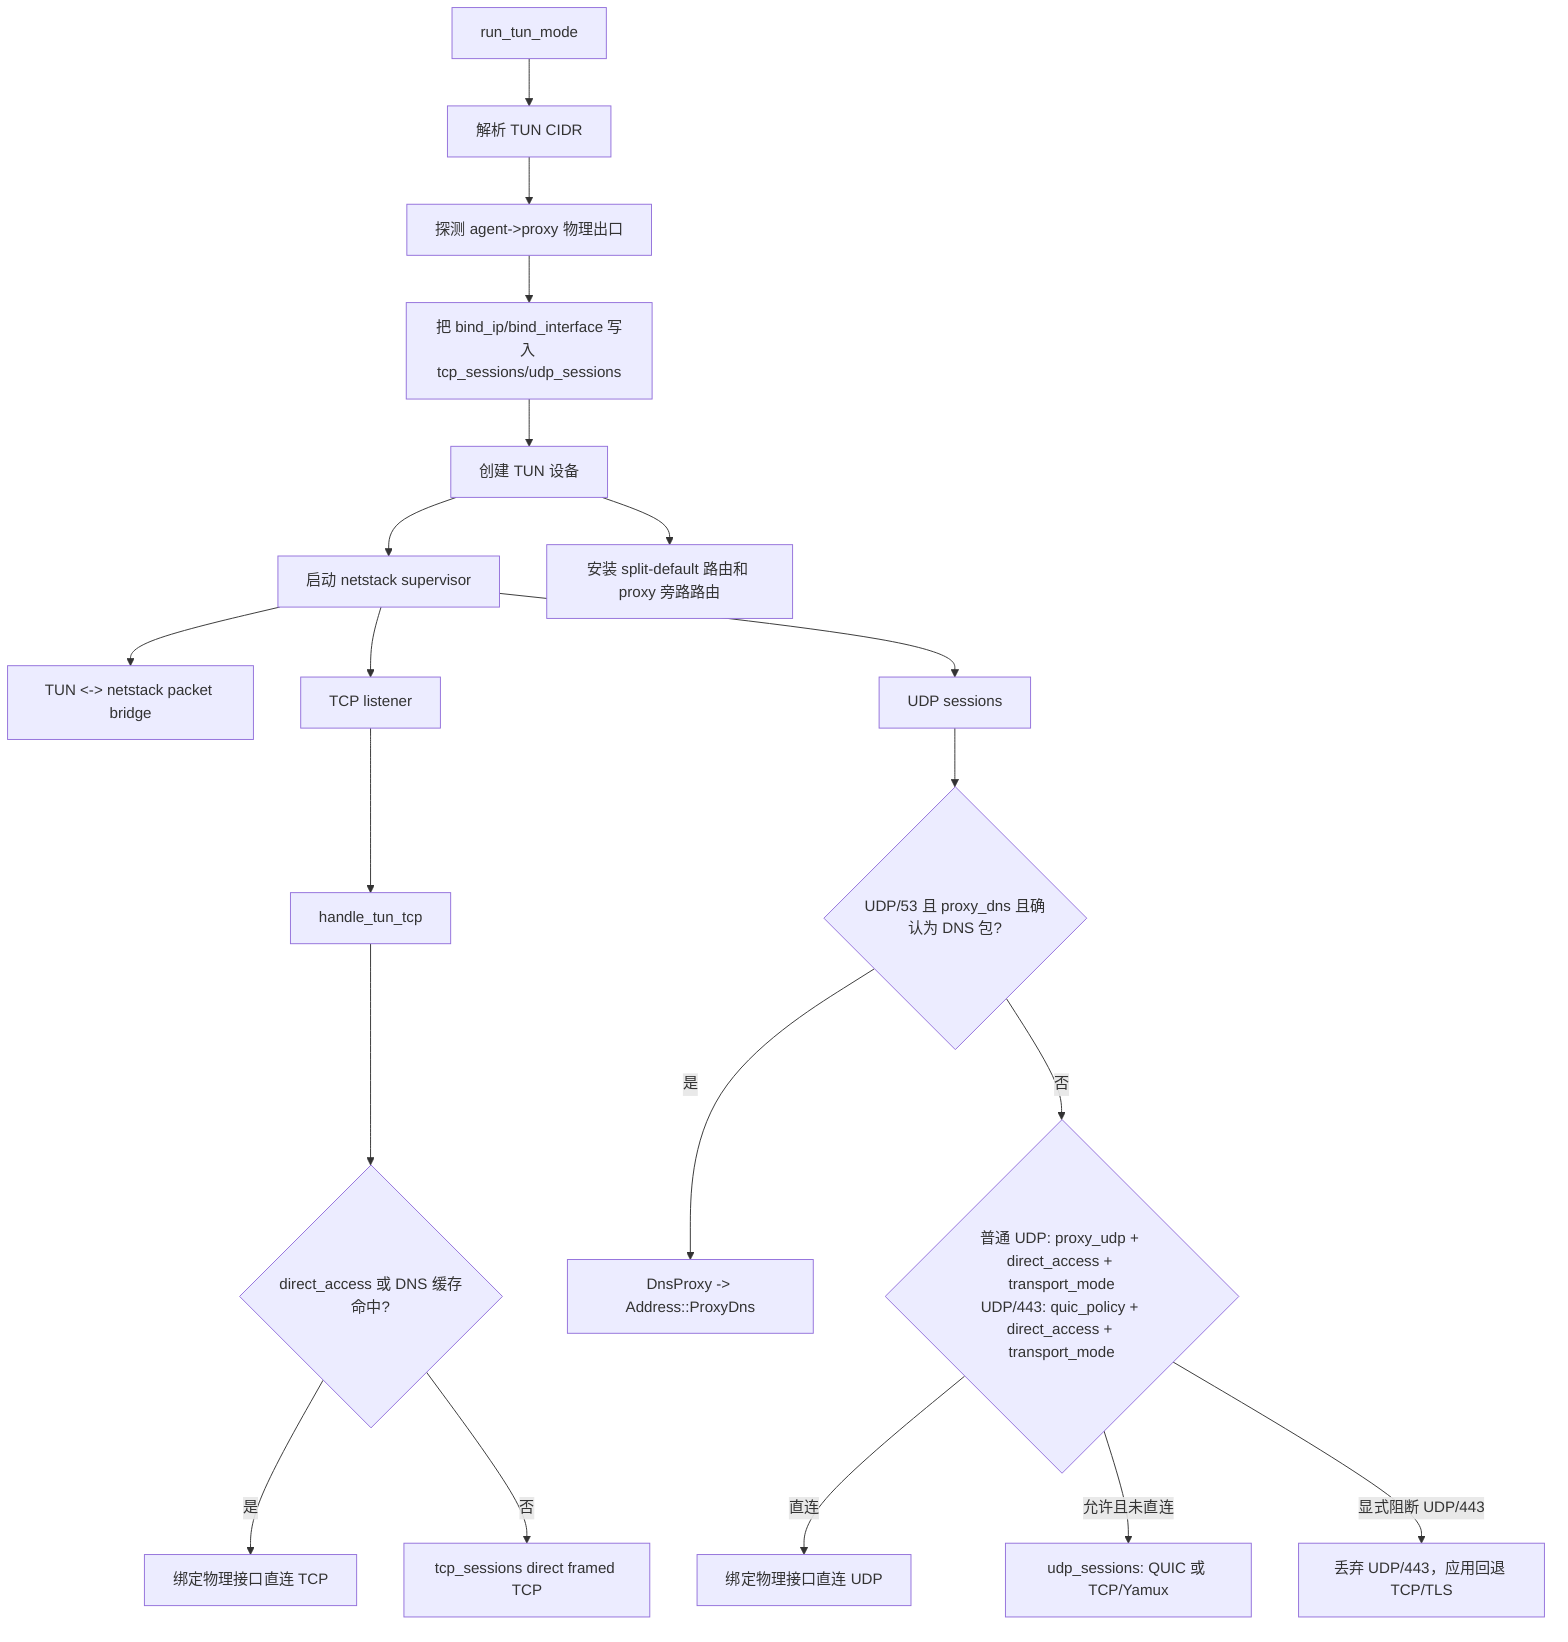
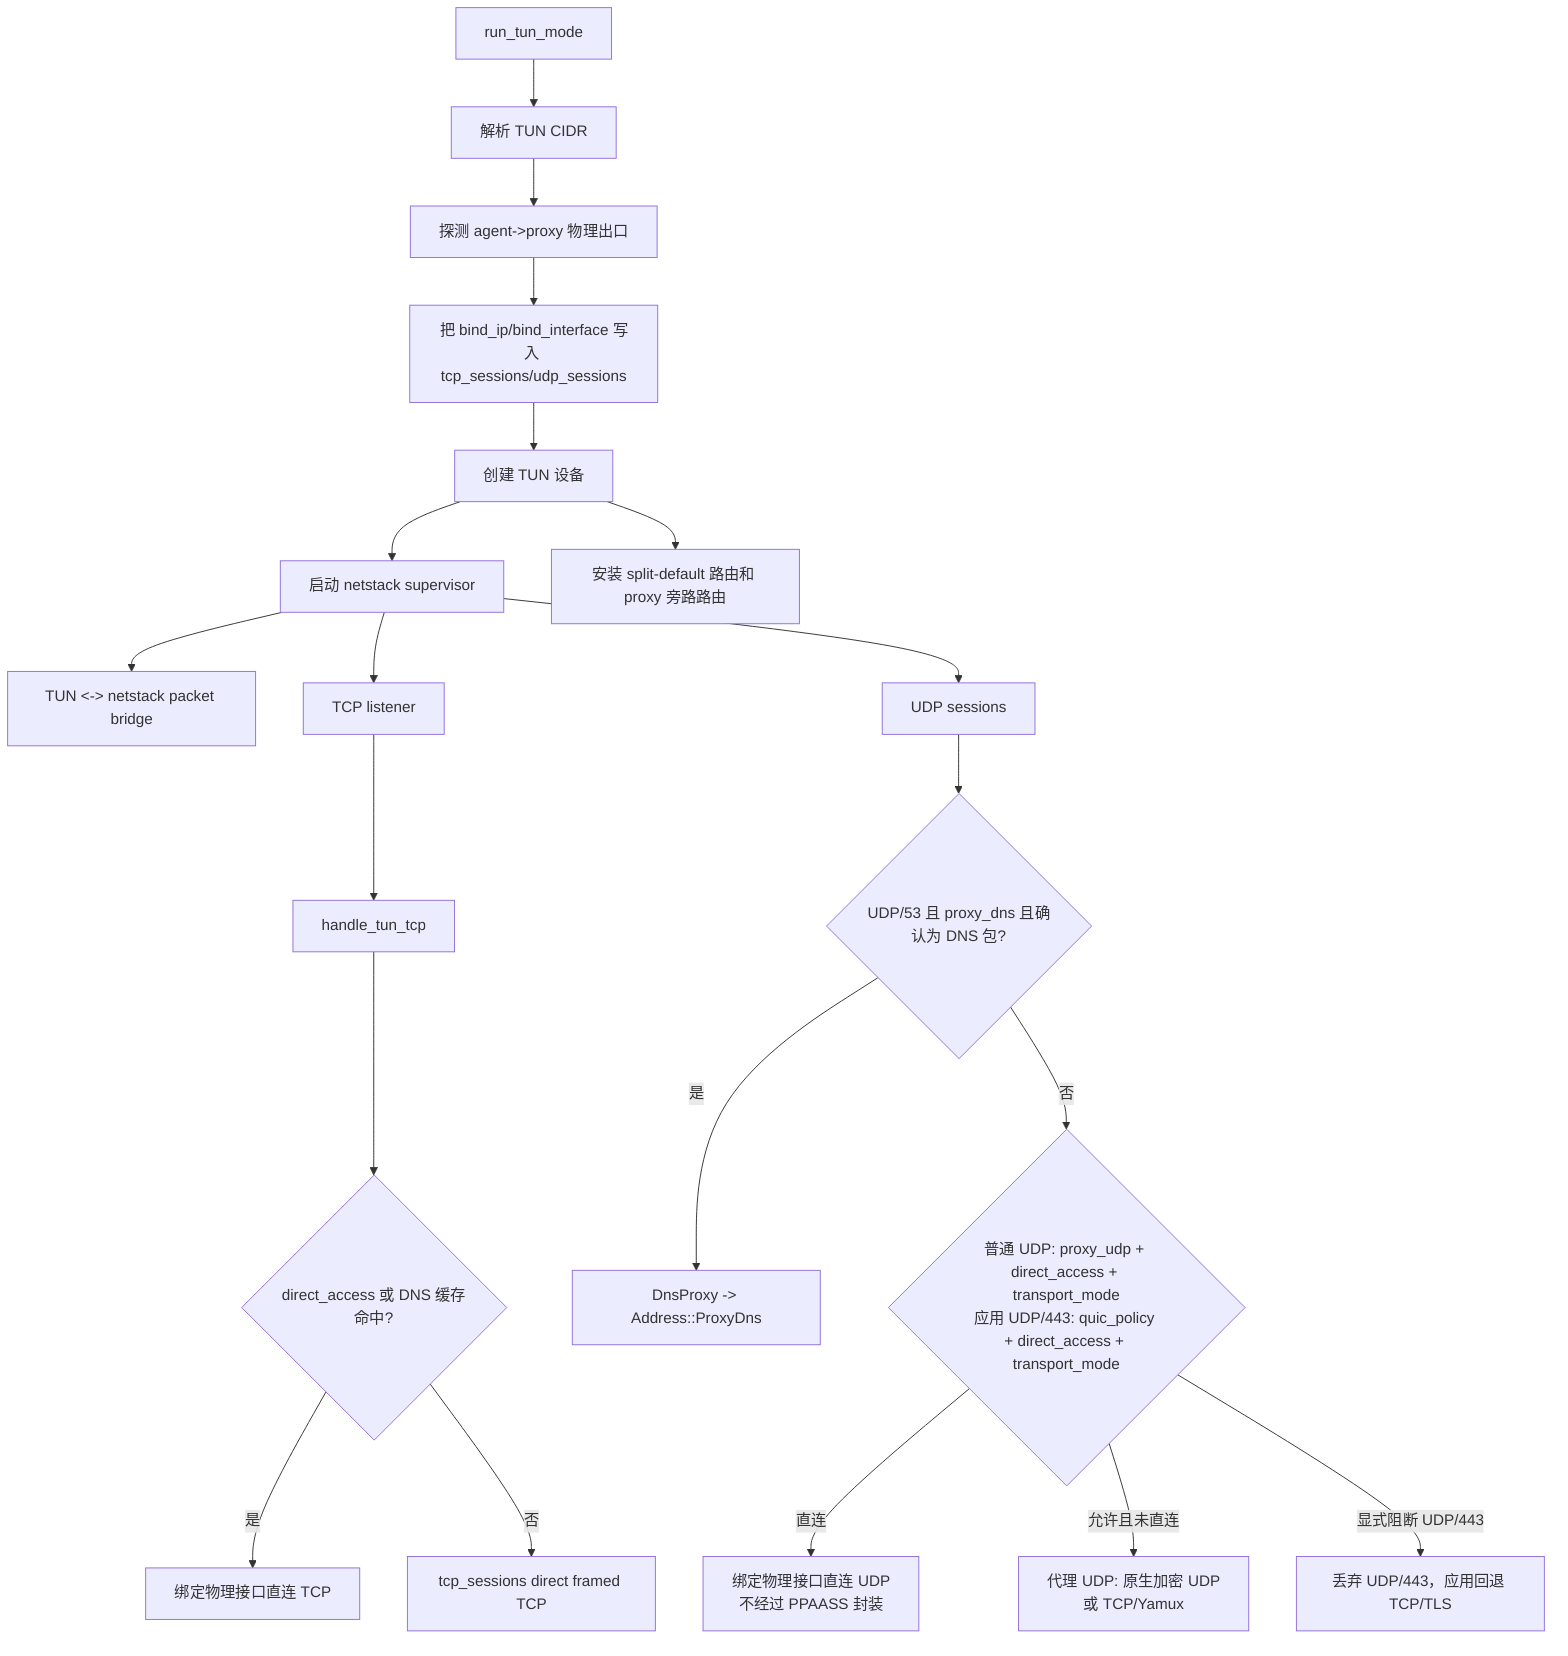
flowchart TD
    A["run_tun_mode"] --> B["解析 TUN CIDR"]
    B --> C["探测 agent->proxy 物理出口"]
    C --> D["把 bind_ip/bind_interface 写入 tcp_sessions/udp_sessions"]
    D --> E["创建 TUN 设备"]
    E --> F["启动 netstack supervisor"]
    F --> G["TUN <-> netstack packet bridge"]
    F --> H["TCP listener"]
    F --> I["UDP sessions"]
    E --> J["安装 split-default 路由和 proxy 旁路路由"]
    H --> K["handle_tun_tcp"]
    K --> L{"direct_access 或 DNS 缓存命中?"}
    L -->|"是"| M["绑定物理接口直连 TCP"]
    L -->|"否"| N["tcp_sessions direct framed TCP"]

    I --> O{"UDP/53 且 proxy_dns 且确认为 DNS 包?"}
    O -->|"是"| P["DnsProxy -> Address::ProxyDns"]
-     O -->|"否"| Q{"普通 UDP: proxy_udp + direct_access + transport_mode<br/>UDP/443: quic_policy + direct_access + transport_mode"}
-     Q -->|"直连"| R["绑定物理接口直连 UDP"]
-     Q -->|"允许且未直连"| S["udp_sessions: QUIC 或 TCP/Yamux"]
+     O -->|"否"| Q{"普通 UDP: proxy_udp + direct_access + transport_mode<br/>应用 UDP/443: quic_policy + direct_access + transport_mode"}
+     Q -->|"直连"| R["绑定物理接口直连 UDP<br/>不经过 PPAASS 封装"]
+     Q -->|"允许且未直连"| S["代理 UDP: 原生加密 UDP<br/>或 TCP/Yamux"]
    Q -->|"显式阻断 UDP/443"| T["丢弃 UDP/443，应用回退 TCP/TLS"]
